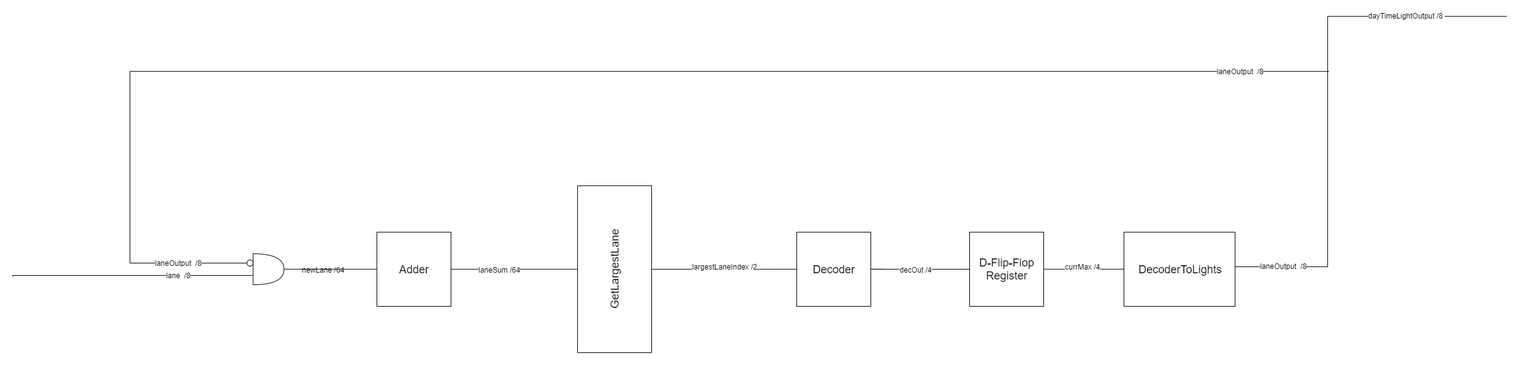
The draw.io diagram Diagrams/DayTime_Diagram.png in YJazzar/Traffic-Light-PTO, before a commit. Source tidied: cells renumbered, new cells last; positions are measured from the earlier drawing's top-left corner, leaving out a move shared by most shapes.
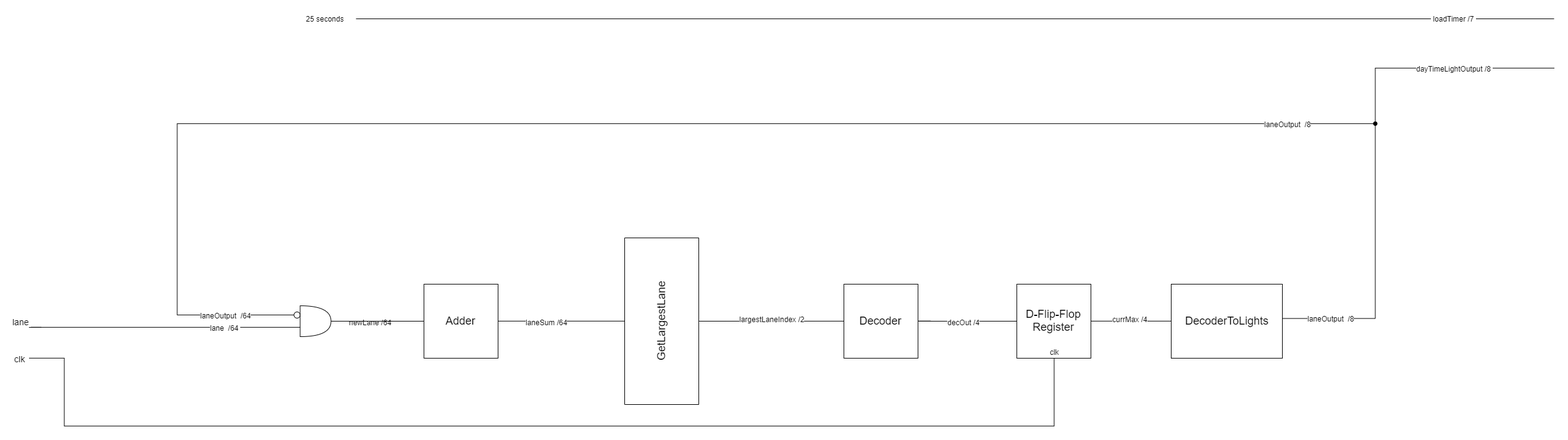
Above is the later version.

The edit, as a diff of the source:
```diff
@@ -47,6 +47,15 @@
     <mxCell id="12" style="edgeStyle=orthogonalEdgeStyle;rounded=0;jettySize=auto;html=1;endArrow=none;endFill=0;entryX=0;entryY=0.5;entryDx=0;entryDy=0;" parent="1" edge="1" source="13" target="16">
       <mxGeometry relative="1" as="geometry" />
     </mxCell>
+    <mxCell id="27" style="edgeStyle=orthogonalEdgeStyle;rounded=0;jettySize=auto;html=1;exitX=0.5;exitY=1;exitDx=0;exitDy=0;endArrow=none;endFill=0;" parent="1" edge="1" source="13">
+      <mxGeometry relative="1" as="geometry">
+        <mxPoint x="-50" y="470" as="targetPoint" />
+        <Array as="points">
+          <mxPoint x="1610" y="580" />
+          <mxPoint x="7" y="580" />
+        </Array>
+      </mxGeometry>
+    </mxCell>
     <mxCell id="13" value="&lt;font style=&quot;font-size: 18px&quot;&gt;D-Flip-Flop Register&lt;/font&gt;" style="rounded=0;whiteSpace=wrap;html=1;" parent="1" vertex="1">
       <mxGeometry x="1550" y="350" width="120" height="120" as="geometry" />
     </mxCell>
@@ -57,12 +66,11 @@
     </mxCell>
     <mxCell id="15" style="edgeStyle=orthogonalEdgeStyle;rounded=0;orthogonalLoop=1;jettySize=auto;html=1;exitX=1;exitY=0.5;exitDx=0;exitDy=0;endArrow=none;endFill=0;" parent="1" edge="1">
       <mxGeometry relative="1" as="geometry">
-        <mxPoint x="1980" y="406" as="sourcePoint" />
-        <mxPoint x="2420" y="1" as="targetPoint" />
+        <mxPoint x="1980" y="405" as="sourcePoint" />
+        <mxPoint x="2420" as="targetPoint" />
         <Array as="points">
-          <mxPoint x="2130" y="406" />
-          <mxPoint x="2130" y="1" />
-          <mxPoint x="2392" y="1" />
+          <mxPoint x="2130" y="405" />
+          <mxPoint x="2130" />
         </Array>
       </mxGeometry>
     </mxCell>
@@ -74,9 +82,9 @@
         <mxPoint x="18" as="offset" />
       </mxGeometry>
     </mxCell>
-    <mxCell id="18" style="edgeStyle=orthogonalEdgeStyle;rounded=0;jettySize=auto;html=1;endArrow=none;endFill=0;" parent="1" edge="1" source="22">
+    <mxCell id="18" style="edgeStyle=orthogonalEdgeStyle;rounded=0;jettySize=auto;html=1;endArrow=oval;endFill=1;" parent="1" edge="1" source="22">
       <mxGeometry relative="1" as="geometry">
-        <mxPoint x="2132" y="90" as="targetPoint" />
+        <mxPoint x="2130" y="90" as="targetPoint" />
         <Array as="points">
           <mxPoint x="190" y="400" />
           <mxPoint x="190" y="90" />
@@ -85,18 +93,19 @@
     </mxCell>
     <mxCell id="19" style="edgeStyle=orthogonalEdgeStyle;rounded=0;jettySize=auto;html=1;endArrow=none;endFill=0;" parent="1" edge="1" source="23">
       <mxGeometry relative="1" as="geometry">
-        <mxPoint y="422" as="targetPoint" />
+        <mxPoint x="-30" y="420" as="targetPoint" />
         <Array as="points">
-          <mxPoint y="420" />
+          <mxPoint x="-50" y="420" />
+          <mxPoint x="-50" y="420" />
         </Array>
       </mxGeometry>
     </mxCell>
-    <mxCell id="20" value="lane&amp;nbsp; /8" style="text;html=1;align=center;verticalAlign=middle;labelBackgroundColor=#ffffff;" parent="1" vertex="1">
+    <mxCell id="20" value="lane&amp;nbsp; /64&amp;nbsp;" style="text;html=1;align=center;verticalAlign=middle;labelBackgroundColor=#ffffff;" parent="1" vertex="1">
       <mxGeometry x="250" y="420" as="geometry">
         <mxPoint x="18" as="offset" />
       </mxGeometry>
     </mxCell>
-    <mxCell id="21" value="laneOutput&amp;nbsp; /8" style="text;html=1;align=center;verticalAlign=middle;labelBackgroundColor=#ffffff;" parent="1" vertex="1">
+    <mxCell id="21" value="laneOutput&amp;nbsp; /64" style="text;html=1;align=center;verticalAlign=middle;labelBackgroundColor=#ffffff;" parent="1" vertex="1">
       <mxGeometry x="250" y="400" as="geometry">
         <mxPoint x="18" as="offset" />
       </mxGeometry>
@@ -120,5 +129,32 @@
         <mxPoint x="18" as="offset" />
       </mxGeometry>
     </mxCell>
+    <mxCell id="28" style="edgeStyle=orthogonalEdgeStyle;rounded=0;orthogonalLoop=1;jettySize=auto;html=1;endArrow=none;endFill=0;entryX=0;entryY=0.5;entryDx=0;entryDy=0;" parent="1" edge="1">
+      <mxGeometry relative="1" as="geometry">
+        <mxPoint x="480" y="-80" as="sourcePoint" />
+        <mxPoint x="2420" y="-80" as="targetPoint" />
+      </mxGeometry>
+    </mxCell>
+    <mxCell id="29" value="&amp;nbsp;loadTimer /7&amp;nbsp;" style="text;html=1;align=center;verticalAlign=middle;labelBackgroundColor=#ffffff;" parent="1" vertex="1">
+      <mxGeometry x="2230" y="10" as="geometry">
+        <mxPoint x="27" y="-91" as="offset" />
+      </mxGeometry>
+    </mxCell>
+    <mxCell id="30" value="25 seconds" style="text;html=1;strokeColor=none;fillColor=none;align=center;verticalAlign=middle;whiteSpace=wrap;rounded=0;" parent="1" vertex="1">
+      <mxGeometry x="384.5" y="-90" width="90" height="20" as="geometry" />
+    </mxCell>
+    <mxCell id="31" value="&lt;font style=&quot;font-size: 14px&quot;&gt;clk&lt;/font&gt;&amp;nbsp;&amp;nbsp;" style="text;html=1;align=center;verticalAlign=middle;labelBackgroundColor=#ffffff;" parent="1" vertex="1">
+      <mxGeometry x="-80" y="470" as="geometry">
+        <mxPoint x="18" as="offset" />
+      </mxGeometry>
+    </mxCell>
+    <mxCell id="32" value="clk" style="text;html=1;strokeColor=none;fillColor=none;align=center;verticalAlign=middle;whiteSpace=wrap;rounded=0;" parent="1" vertex="1">
+      <mxGeometry x="1590" y="450" width="40" height="20" as="geometry" />
+    </mxCell>
+    <mxCell id="33" value="&lt;font style=&quot;font-size: 14px&quot;&gt;lane&amp;nbsp;&lt;/font&gt;" style="text;html=1;align=center;verticalAlign=middle;labelBackgroundColor=#ffffff;" parent="1" vertex="1">
+      <mxGeometry x="-80" y="410" as="geometry">
+        <mxPoint x="18" as="offset" />
+      </mxGeometry>
+    </mxCell>
   </root>
 </mxGraphModel>
```
